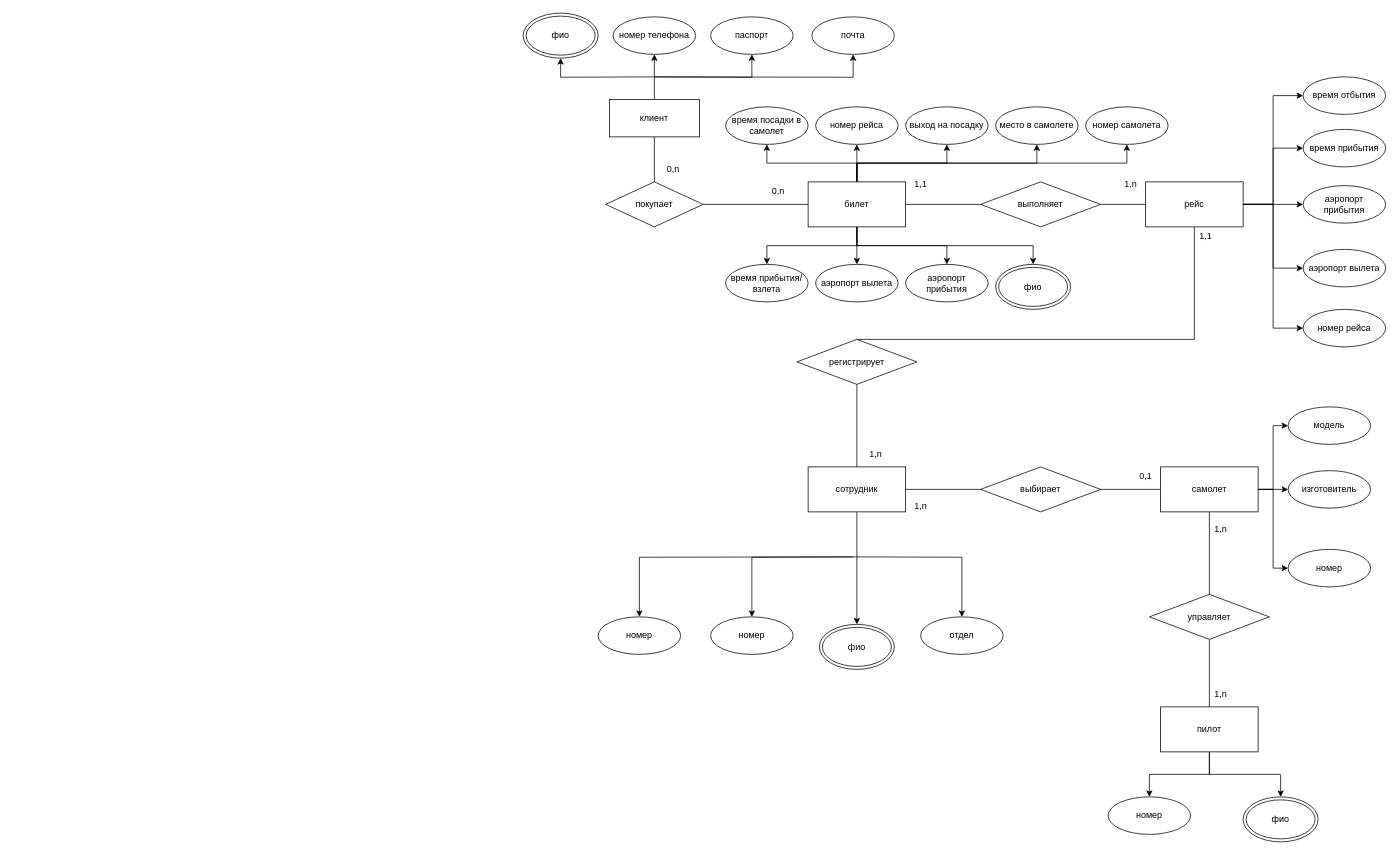
tommanah/mephi keeps this draw.io diagram as Untitled Diagram.drawio. Above is the earlier version. Source tidied: cells renumbered, new cells numbered last; positions are measured from the earlier drawing's top-left corner, leaving out a move shared by most shapes. Both pictures are drawn from the tidied source at 75%, with x=0, y=0 at pixel (523, 13).
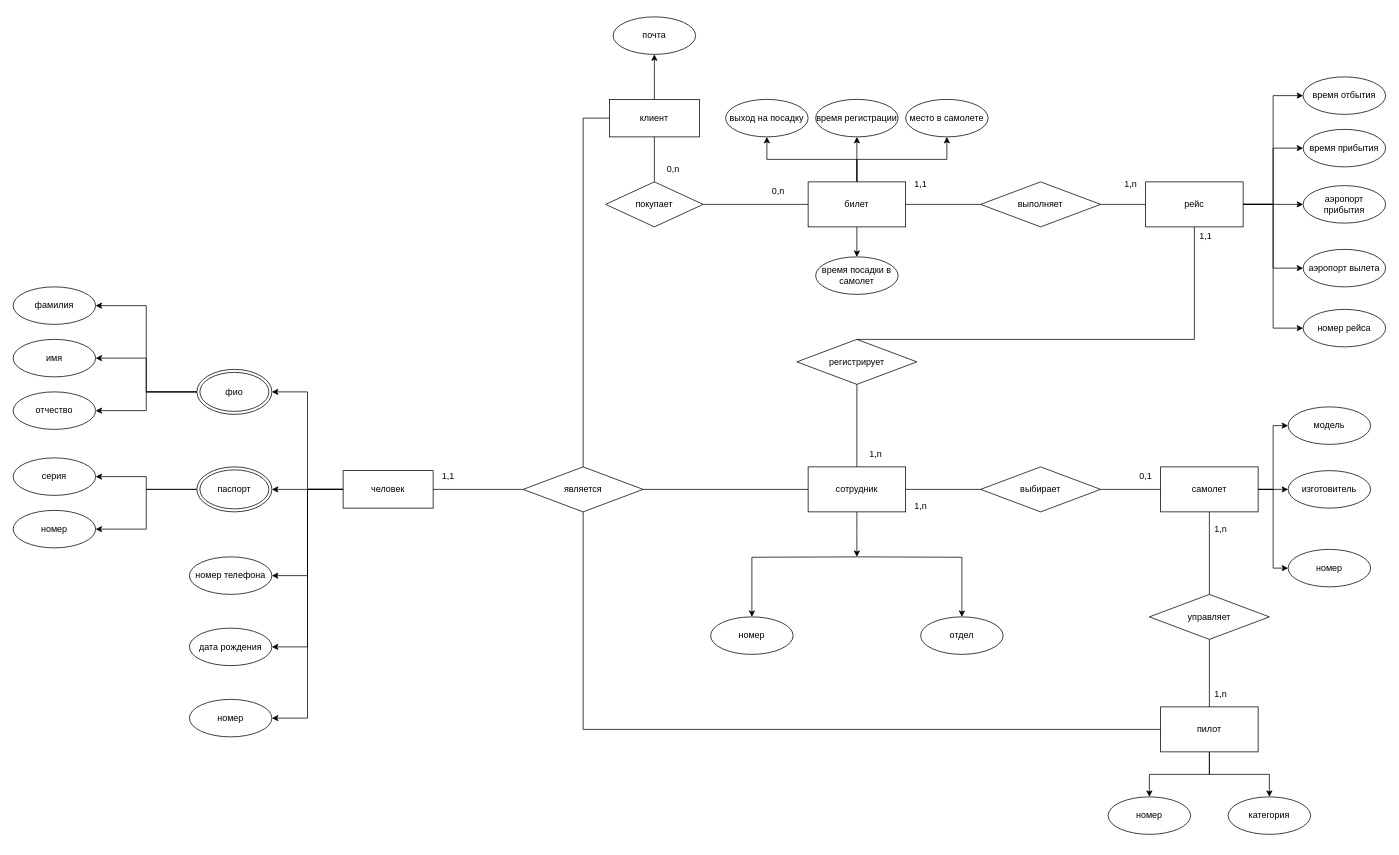
After the change.

Unchanged cells that the change refers to:
```xml
<mxCell id="6" value="клиент" style="rounded=0;whiteSpace=wrap;html=1;" parent="1" vertex="1">
  <mxGeometry x="115" y="115" width="120" height="50" as="geometry" />
</mxCell>
<mxCell id="20" value="билет" style="rounded=0;whiteSpace=wrap;html=1;" parent="1" vertex="1">
  <mxGeometry x="380" y="225" width="130" height="60" as="geometry" />
</mxCell>
<mxCell id="25" value="сотрудник" style="rounded=0;whiteSpace=wrap;html=1;" parent="1" vertex="1">
  <mxGeometry x="380" y="605" width="130" height="60" as="geometry" />
</mxCell>
<mxCell id="60" value="пилот" style="rounded=0;whiteSpace=wrap;html=1;" parent="1" vertex="1">
  <mxGeometry x="850" y="925" width="130" height="60" as="geometry" />
</mxCell>
```

What changed in the source:
```diff
@@
-    <mxCell id="2" style="edgeStyle=orthogonalEdgeStyle;rounded=0;jettySize=auto;html=1;entryX=0.5;entryY=1;entryDx=0;entryDy=0;" parent="1" edge="1" target="75">
-      <mxGeometry relative="1" as="geometry">
-        <mxPoint x="175" y="85" as="sourcePoint" />
-      </mxGeometry>
-    </mxCell>
-    <mxCell id="3" style="edgeStyle=orthogonalEdgeStyle;rounded=0;jettySize=auto;html=1;entryX=0.5;entryY=1;entryDx=0;entryDy=0;" parent="1" edge="1" target="7">
-      <mxGeometry relative="1" as="geometry">
-        <mxPoint x="175" y="85" as="sourcePoint" />
-      </mxGeometry>
-    </mxCell>
-    <mxCell id="4" style="edgeStyle=orthogonalEdgeStyle;rounded=0;jettySize=auto;html=1;entryX=0.5;entryY=1;entryDx=0;entryDy=0;" parent="1" edge="1" source="6" target="10">
-      <mxGeometry relative="1" as="geometry" />
+    <mxCell id="4" style="edgeStyle=orthogonalEdgeStyle;rounded=0;jettySize=auto;html=1;entryX=0.5;entryY=1;entryDx=0;entryDy=0;" parent="1" edge="1" source="6">
+      <mxGeometry relative="1" as="geometry">
+        <mxPoint x="175" y="55" as="targetPoint" />
+      </mxGeometry>
     </mxCell>
-    <mxCell id="5" style="edgeStyle=orthogonalEdgeStyle;rounded=0;jettySize=auto;html=1;" parent="1" edge="1" target="85">
-      <mxGeometry relative="1" as="geometry">
-        <mxPoint x="175" y="85" as="sourcePoint" />
-      </mxGeometry>
-    </mxCell>
@@
-    <mxCell id="7" value="паспорт" style="ellipse;whiteSpace=wrap;html=1;" parent="1" vertex="1">
-      <mxGeometry x="250" y="5" width="110" height="50" as="geometry" />
-    </mxCell>
@@
-    <mxCell id="10" value="номер телефона" style="ellipse;whiteSpace=wrap;html=1;" parent="1" vertex="1">
-      <mxGeometry x="120" y="5" width="110" height="50" as="geometry" />
-    </mxCell>
-    <mxCell id="11" style="edgeStyle=orthogonalEdgeStyle;rounded=0;jettySize=auto;html=1;exitX=0.5;exitY=0;exitDx=0;exitDy=0;entryX=0.5;entryY=1;entryDx=0;entryDy=0;" parent="1" edge="1" source="20" target="26">
-      <mxGeometry relative="1" as="geometry" />
-    </mxCell>
-    <mxCell id="12" style="edgeStyle=orthogonalEdgeStyle;rounded=0;jettySize=auto;html=1;entryX=0.5;entryY=1;entryDx=0;entryDy=0;" parent="1" edge="1" source="20" target="76">
-      <mxGeometry relative="1" as="geometry" />
-    </mxCell>
@@
-    <mxCell id="15" style="edgeStyle=orthogonalEdgeStyle;rounded=0;jettySize=auto;html=1;entryX=0.5;entryY=1;entryDx=0;entryDy=0;exitX=0.5;exitY=0;exitDx=0;exitDy=0;" parent="1" edge="1" source="20" target="79">
-      <mxGeometry relative="1" as="geometry" />
-    </mxCell>
-    <mxCell id="16" style="edgeStyle=orthogonalEdgeStyle;rounded=0;jettySize=auto;html=1;entryX=0.5;entryY=0;entryDx=0;entryDy=0;" parent="1" edge="1" source="20" target="80">
-      <mxGeometry relative="1" as="geometry" />
-    </mxCell>
-    <mxCell id="17" style="edgeStyle=orthogonalEdgeStyle;rounded=0;jettySize=auto;html=1;entryX=0.5;entryY=0;entryDx=0;entryDy=0;" parent="1" edge="1" source="20" target="82">
-      <mxGeometry relative="1" as="geometry" />
-    </mxCell>
-    <mxCell id="18" style="edgeStyle=orthogonalEdgeStyle;rounded=0;jettySize=auto;html=1;entryX=0.5;entryY=0;entryDx=0;entryDy=0;" parent="1" edge="1" source="20" target="81">
-      <mxGeometry relative="1" as="geometry" />
-    </mxCell>
-    <mxCell id="19" style="edgeStyle=orthogonalEdgeStyle;rounded=0;jettySize=auto;html=1;exitX=0.5;exitY=1;exitDx=0;exitDy=0;" parent="1" edge="1" source="20" target="83">
-      <mxGeometry relative="1" as="geometry" />
-    </mxCell>
+    <mxCell id="87" style="edgeStyle=orthogonalEdgeStyle;rounded=0;jettySize=auto;html=1;" parent="1" edge="1" source="20" target="111">
+      <mxGeometry relative="1" as="geometry" />
+    </mxCell>
+    <mxCell id="11" style="edgeStyle=orthogonalEdgeStyle;rounded=0;jettySize=auto;html=1;entryX=0.5;entryY=0;entryDx=0;entryDy=0;" parent="1" edge="1" source="20" target="26">
+      <mxGeometry relative="1" as="geometry" />
+    </mxCell>
@@
-    <mxCell id="21" style="edgeStyle=orthogonalEdgeStyle;rounded=0;jettySize=auto;html=1;entryX=0.5;entryY=0;entryDx=0;entryDy=0;" parent="1" edge="1" source="25">
-      <mxGeometry relative="1" as="geometry">
-        <mxPoint x="445" y="815" as="targetPoint" />
-      </mxGeometry>
-    </mxCell>
@@
-    <mxCell id="24" style="edgeStyle=orthogonalEdgeStyle;rounded=0;jettySize=auto;html=1;" parent="1" edge="1" target="86">
-      <mxGeometry relative="1" as="geometry">
-        <mxPoint x="440" y="725" as="sourcePoint" />
-      </mxGeometry>
-    </mxCell>
+    <mxCell id="88" style="edgeStyle=orthogonalEdgeStyle;rounded=0;jettySize=auto;html=1;" parent="1" edge="1" source="25">
+      <mxGeometry relative="1" as="geometry">
+        <mxPoint x="445" y="725" as="targetPoint" />
+      </mxGeometry>
+    </mxCell>
@@
-    <mxCell id="26" value="время посадки в самолет" style="ellipse;whiteSpace=wrap;html=1;" parent="1" vertex="1">
-      <mxGeometry x="270" y="125" width="110" height="50" as="geometry" />
-    </mxCell>
@@
-    <mxCell id="59" style="edgeStyle=orthogonalEdgeStyle;rounded=0;jettySize=auto;html=1;entryX=0.5;entryY=0;entryDx=0;entryDy=0;" parent="1" edge="1" source="60" target="84">
-      <mxGeometry relative="1" as="geometry" />
-    </mxCell>
+    <mxCell id="89" style="edgeStyle=orthogonalEdgeStyle;rounded=0;jettySize=auto;html=1;entryX=0.5;entryY=0;entryDx=0;entryDy=0;" parent="1" edge="1" source="60" target="109">
+      <mxGeometry relative="1" as="geometry" />
+    </mxCell>
@@
-    <mxCell id="74" value="фио" style="ellipse;shape=doubleEllipse;whiteSpace=wrap;html=1;" parent="1" vertex="1">
-      <mxGeometry x="395" y="815" width="100" height="60" as="geometry" />
-    </mxCell>
-    <mxCell id="75" value="фио" style="ellipse;shape=doubleEllipse;whiteSpace=wrap;html=1;" parent="1" vertex="1">
-      <mxGeometry width="100" height="60" as="geometry" />
-    </mxCell>
-    <mxCell id="76" value="номер рейса" style="ellipse;whiteSpace=wrap;html=1;" parent="1" vertex="1">
-      <mxGeometry x="390" y="125" width="110" height="50" as="geometry" />
-    </mxCell>
     <mxCell id="77" value="выход на посадку" style="ellipse;whiteSpace=wrap;html=1;" parent="1" vertex="1">
-      <mxGeometry x="510" y="125" width="110" height="50" as="geometry" />
+      <mxGeometry x="270" y="115" width="110" height="50" as="geometry" />
     </mxCell>
     <mxCell id="78" value="место в самолете" style="ellipse;whiteSpace=wrap;html=1;" parent="1" vertex="1">
-      <mxGeometry x="630" y="125" width="110" height="50" as="geometry" />
+      <mxGeometry x="510" y="115" width="110" height="50" as="geometry" />
     </mxCell>
-    <mxCell id="79" value="номер самолета" style="ellipse;whiteSpace=wrap;html=1;" parent="1" vertex="1">
-      <mxGeometry x="750" y="125" width="110" height="50" as="geometry" />
-    </mxCell>
-    <mxCell id="80" value="аэропорт вылета" style="ellipse;whiteSpace=wrap;html=1;" parent="1" vertex="1">
-      <mxGeometry x="390" y="335" width="110" height="50" as="geometry" />
-    </mxCell>
-    <mxCell id="81" value="аэропорт прибытия" style="ellipse;whiteSpace=wrap;html=1;" parent="1" vertex="1">
-      <mxGeometry x="510" y="335" width="110" height="50" as="geometry" />
-    </mxCell>
-    <mxCell id="82" value="время прибытия/взлета" style="ellipse;whiteSpace=wrap;html=1;" parent="1" vertex="1">
-      <mxGeometry x="270" y="335" width="110" height="50" as="geometry" />
-    </mxCell>
-    <mxCell id="83" value="фио" style="ellipse;shape=doubleEllipse;whiteSpace=wrap;html=1;" parent="1" vertex="1">
-      <mxGeometry x="630" y="335" width="100" height="60" as="geometry" />
-    </mxCell>
-    <mxCell id="84" value="фио" style="ellipse;shape=doubleEllipse;whiteSpace=wrap;html=1;" parent="1" vertex="1">
-      <mxGeometry x="960" y="1045" width="100" height="60" as="geometry" />
-    </mxCell>
     <mxCell id="85" value="почта" style="ellipse;whiteSpace=wrap;html=1;" parent="1" vertex="1">
-      <mxGeometry x="385" y="5" width="110" height="50" as="geometry" />
+      <mxGeometry x="120" y="5" width="110" height="50" as="geometry" />
     </mxCell>
-    <mxCell id="86" value="номер" style="ellipse;whiteSpace=wrap;html=1;" parent="1" vertex="1">
-      <mxGeometry x="100" y="805" width="110" height="50" as="geometry" />
-    </mxCell>
+    <mxCell id="90" style="edgeStyle=orthogonalEdgeStyle;rounded=0;jettySize=auto;html=1;entryX=1;entryY=0.5;entryDx=0;entryDy=0;" parent="1" edge="1" source="95" target="99">
+      <mxGeometry relative="1" as="geometry" />
+    </mxCell>
+    <mxCell id="91" style="edgeStyle=orthogonalEdgeStyle;rounded=0;jettySize=auto;html=1;entryX=1;entryY=0.5;entryDx=0;entryDy=0;" parent="1" edge="1" source="95" target="7">
+      <mxGeometry relative="1" as="geometry" />
+    </mxCell>
+    <mxCell id="92" style="edgeStyle=orthogonalEdgeStyle;rounded=0;jettySize=auto;html=1;entryX=1;entryY=0.5;entryDx=0;entryDy=0;" parent="1" edge="1" source="95" target="10">
+      <mxGeometry relative="1" as="geometry" />
+    </mxCell>
+    <mxCell id="93" style="edgeStyle=orthogonalEdgeStyle;rounded=0;jettySize=auto;html=1;entryX=1;entryY=0.5;entryDx=0;entryDy=0;" parent="1" edge="1" source="95" target="107">
+      <mxGeometry relative="1" as="geometry" />
+    </mxCell>
+    <mxCell id="94" style="edgeStyle=orthogonalEdgeStyle;rounded=0;jettySize=auto;html=1;entryX=1;entryY=0.5;entryDx=0;entryDy=0;" parent="1" edge="1" source="95" target="108">
+      <mxGeometry relative="1" as="geometry" />
+    </mxCell>
+    <mxCell id="95" value="человек" style="rounded=0;whiteSpace=wrap;html=1;" parent="1" vertex="1">
+      <mxGeometry x="-240" y="610" width="120" height="50" as="geometry" />
+    </mxCell>
+    <mxCell id="96" style="edgeStyle=orthogonalEdgeStyle;rounded=0;jettySize=auto;html=1;entryX=1;entryY=0.5;entryDx=0;entryDy=0;" parent="1" edge="1" source="99" target="102">
+      <mxGeometry relative="1" as="geometry" />
+    </mxCell>
+    <mxCell id="97" style="edgeStyle=orthogonalEdgeStyle;rounded=0;jettySize=auto;html=1;entryX=1;entryY=0.5;entryDx=0;entryDy=0;" parent="1" edge="1" source="99" target="103">
+      <mxGeometry relative="1" as="geometry" />
+    </mxCell>
+    <mxCell id="98" style="edgeStyle=orthogonalEdgeStyle;rounded=0;jettySize=auto;html=1;entryX=1;entryY=0.5;entryDx=0;entryDy=0;" parent="1" edge="1" source="99" target="104">
+      <mxGeometry relative="1" as="geometry" />
+    </mxCell>
+    <mxCell id="99" value="фио" style="ellipse;shape=doubleEllipse;whiteSpace=wrap;html=1;" parent="1" vertex="1">
+      <mxGeometry x="-435" y="475" width="100" height="60" as="geometry" />
+    </mxCell>
+    <mxCell id="100" style="edgeStyle=orthogonalEdgeStyle;rounded=0;jettySize=auto;html=1;entryX=1;entryY=0.5;entryDx=0;entryDy=0;" parent="1" edge="1" source="7" target="105">
+      <mxGeometry relative="1" as="geometry" />
+    </mxCell>
+    <mxCell id="101" style="edgeStyle=orthogonalEdgeStyle;rounded=0;jettySize=auto;html=1;entryX=1;entryY=0.5;entryDx=0;entryDy=0;" parent="1" edge="1" source="7" target="106">
+      <mxGeometry relative="1" as="geometry" />
+    </mxCell>
+    <mxCell id="7" value="паспорт" style="ellipse;shape=doubleEllipse;whiteSpace=wrap;html=1;" parent="1" vertex="1">
+      <mxGeometry x="-435" y="605" width="100" height="60" as="geometry" />
+    </mxCell>
+    <mxCell id="10" value="номер телефона" style="ellipse;whiteSpace=wrap;html=1;" parent="1" vertex="1">
+      <mxGeometry x="-445" y="725" width="110" height="50" as="geometry" />
+    </mxCell>
+    <mxCell id="102" value="фамилия" style="ellipse;whiteSpace=wrap;html=1;" parent="1" vertex="1">
+      <mxGeometry x="-680" y="365" width="110" height="50" as="geometry" />
+    </mxCell>
+    <mxCell id="103" value="имя" style="ellipse;whiteSpace=wrap;html=1;" parent="1" vertex="1">
+      <mxGeometry x="-680" y="435" width="110" height="50" as="geometry" />
+    </mxCell>
+    <mxCell id="104" value="отчество" style="ellipse;whiteSpace=wrap;html=1;" parent="1" vertex="1">
+      <mxGeometry x="-680" y="505" width="110" height="50" as="geometry" />
+    </mxCell>
+    <mxCell id="105" value="серия" style="ellipse;whiteSpace=wrap;html=1;" parent="1" vertex="1">
+      <mxGeometry x="-680" y="593" width="110" height="50" as="geometry" />
+    </mxCell>
+    <mxCell id="106" value="номер" style="ellipse;whiteSpace=wrap;html=1;" parent="1" vertex="1">
+      <mxGeometry x="-680" y="663" width="110" height="50" as="geometry" />
+    </mxCell>
+    <mxCell id="107" value="дата рождения" style="ellipse;whiteSpace=wrap;html=1;" parent="1" vertex="1">
+      <mxGeometry x="-445" y="820" width="110" height="50" as="geometry" />
+    </mxCell>
+    <mxCell id="108" value="номер" style="ellipse;whiteSpace=wrap;html=1;" parent="1" vertex="1">
+      <mxGeometry x="-445" y="915" width="110" height="50" as="geometry" />
+    </mxCell>
+    <mxCell id="109" value="категория" style="ellipse;whiteSpace=wrap;html=1;" parent="1" vertex="1">
+      <mxGeometry x="940" y="1045" width="110" height="50" as="geometry" />
+    </mxCell>
+    <mxCell id="110" value="1,1" style="text;html=1;align=center;verticalAlign=middle;strokeColor=none;fillColor=none;" parent="1" vertex="1">
+      <mxGeometry x="-120" y="603" width="40" height="30" as="geometry" />
+    </mxCell>
+    <mxCell id="111" value="время регистрации" style="ellipse;whiteSpace=wrap;html=1;" parent="1" vertex="1">
+      <mxGeometry x="390" y="115" width="110" height="50" as="geometry" />
+    </mxCell>
+    <mxCell id="26" value="время посадки в самолет" style="ellipse;whiteSpace=wrap;html=1;" parent="1" vertex="1">
+      <mxGeometry x="390" y="325" width="110" height="50" as="geometry" />
+    </mxCell>
+    <mxCell id="112" value="является" style="rhombus;whiteSpace=wrap;html=1;" parent="1" vertex="1">
+      <mxGeometry y="605" width="160" height="60" as="geometry" />
+    </mxCell>
+    <mxCell id="113" style="endArrow=none;html=1;rounded=0;exitX=1;exitY=0.5;exitDx=0;exitDy=0;entryX=0;entryY=0.5;entryDx=0;entryDy=0;" parent="1" edge="1" source="95" target="112">
+      <mxGeometry relative="1" as="geometry" />
+    </mxCell>
+    <mxCell id="114" style="endArrow=none;html=1;rounded=0;exitX=1;exitY=0.5;exitDx=0;exitDy=0;entryX=0;entryY=0.5;entryDx=0;entryDy=0;" parent="1" edge="1" source="112" target="25">
+      <mxGeometry relative="1" as="geometry" />
+    </mxCell>
+    <mxCell id="115" style="endArrow=none;html=1;rounded=0;exitX=0.5;exitY=1;exitDx=0;exitDy=0;entryX=0;entryY=0.5;entryDx=0;entryDy=0;" parent="1" edge="1" source="112" target="60">
+      <mxGeometry relative="1" as="geometry">
+        <Array as="points">
+          <mxPoint x="80" y="955" />
+        </Array>
+      </mxGeometry>
+    </mxCell>
+    <mxCell id="116" style="endArrow=none;html=1;rounded=0;exitX=0.5;exitY=0;exitDx=0;exitDy=0;entryX=0;entryY=0.5;entryDx=0;entryDy=0;" parent="1" edge="1" source="112" target="6">
+      <mxGeometry relative="1" as="geometry">
+        <Array as="points">
+          <mxPoint x="80" y="140" />
+        </Array>
+      </mxGeometry>
+    </mxCell>
```
